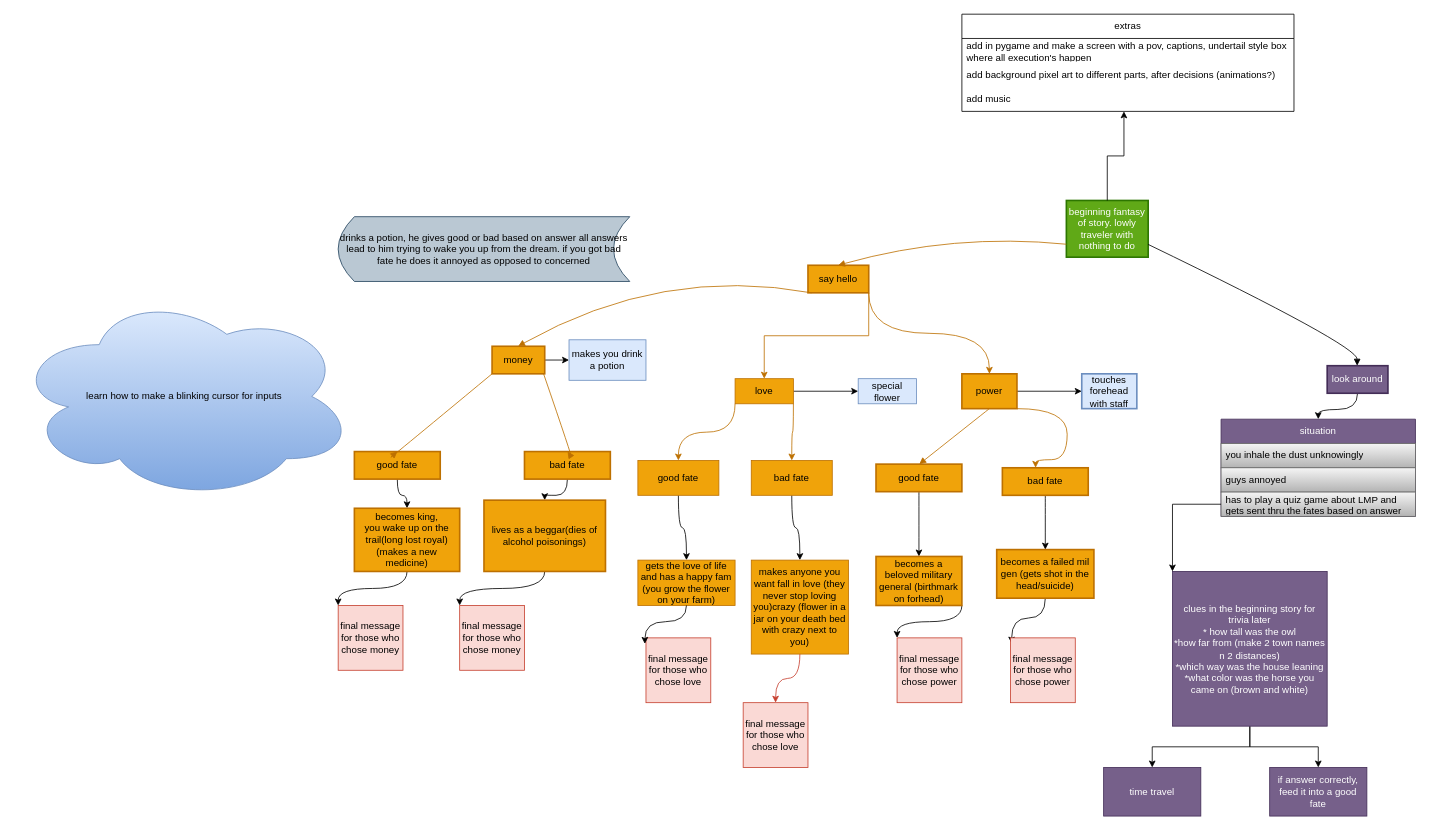
Before: loosing_your_mind.drawio in MayaInspo/Python-Projects-, a draw.io diagram. Source tidied: cells renumbered, new cells numbered last; positions are measured from the earlier drawing's top-left corner, leaving out a move shared by most shapes. Both pictures are drawn from the tidied source at 81%, with x=0, y=0 at pixel (14, 14).
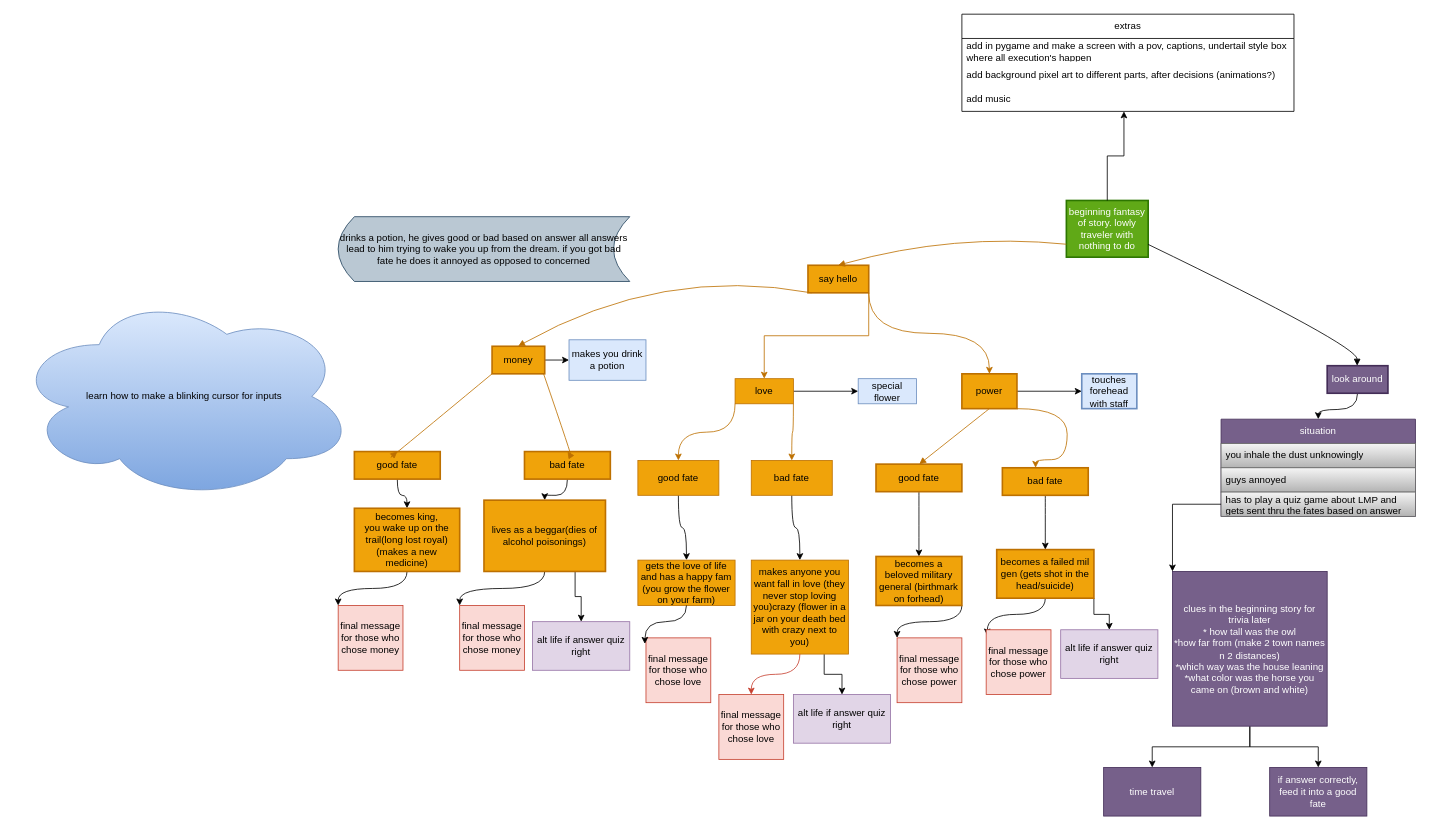
The same page after the edit.

The change refers to these unchanged cells:
```xml
<mxCell id="38" value="lives as a beggar(dies of alcohol poisonings)" style="whiteSpace=wrap;strokeWidth=2;fillColor=#f0a30a;strokeColor=#BD7000;fontColor=#000000;" parent="1" vertex="1">
  <mxGeometry x="580" y="600" width="150" height="88" as="geometry" />
</mxCell>
<mxCell id="40" value="makes anyone you want fall in love (they never stop loving you)crazy (flower in a jar on your death bed with crazy next to you)" style="rounded=0;whiteSpace=wrap;html=1;fillColor=#f0a30a;fontColor=#000000;strokeColor=#BD7000;" parent="1" vertex="1">
  <mxGeometry x="910" y="674" width="120" height="116" as="geometry" />
</mxCell>
<mxCell id="44" value="becomes a failed mil gen (gets shot in the head/suicide)" style="rounded=1;whiteSpace=wrap;html=1;fillColor=#f0a30a;strokeColor=#BD7000;fontColor=#000000;strokeWidth=2;arcSize=0;" parent="1" vertex="1">
  <mxGeometry x="1213" y="661" width="120" height="60" as="geometry" />
</mxCell>
```

Diff of the diagram source:
```diff
@@
+    <mxCell id="73" style="edgeStyle=orthogonalEdgeStyle;rounded=0;jettySize=auto;html=1;exitX=0.75;exitY=1;exitDx=0;exitDy=0;" parent="1" edge="1" source="38" target="76">
+      <mxGeometry relative="1" as="geometry" />
+    </mxCell>
@@
+    <mxCell id="74" style="edgeStyle=orthogonalEdgeStyle;rounded=0;jettySize=auto;html=1;exitX=0.75;exitY=1;exitDx=0;exitDy=0;" parent="1" edge="1" source="40" target="77">
+      <mxGeometry relative="1" as="geometry" />
+    </mxCell>
@@
+    <mxCell id="75" style="edgeStyle=orthogonalEdgeStyle;rounded=0;jettySize=auto;html=1;exitX=1;exitY=1;exitDx=0;exitDy=0;" parent="1" edge="1" source="44" target="78">
+      <mxGeometry relative="1" as="geometry" />
+    </mxCell>
@@
     <mxCell id="67" value="final message for those who chose love" style="whiteSpace=wrap;html=1;fillColor=#fad9d5;strokeColor=#c6402f;" parent="1" vertex="1">
-      <mxGeometry x="900" y="850" width="80" height="80" as="geometry" />
+      <mxGeometry x="870" y="840" width="80" height="80" as="geometry" />
     </mxCell>
@@
     <mxCell id="69" value="final message for those who chose power" style="whiteSpace=wrap;html=1;fillColor=#fad9d5;strokeColor=#c6402f;" parent="1" vertex="1">
-      <mxGeometry x="1230" y="770" width="80" height="80" as="geometry" />
+      <mxGeometry x="1200" y="760" width="80" height="80" as="geometry" />
     </mxCell>
@@
+    <mxCell id="76" value="alt life if answer quiz right" style="whiteSpace=wrap;html=1;fillColor=#e1d5e7;strokeColor=#9673a6;" parent="1" vertex="1">
+      <mxGeometry x="640" y="750" width="120" height="60" as="geometry" />
+    </mxCell>
+    <mxCell id="77" value="alt life if answer quiz right" style="whiteSpace=wrap;html=1;fillColor=#e1d5e7;strokeColor=#9673a6;" parent="1" vertex="1">
+      <mxGeometry x="962" y="840" width="120" height="60" as="geometry" />
+    </mxCell>
+    <mxCell id="78" value="alt life if answer quiz right" style="whiteSpace=wrap;html=1;fillColor=#e1d5e7;strokeColor=#9673a6;" parent="1" vertex="1">
+      <mxGeometry x="1292" y="760" width="120" height="60" as="geometry" />
+    </mxCell>
```
